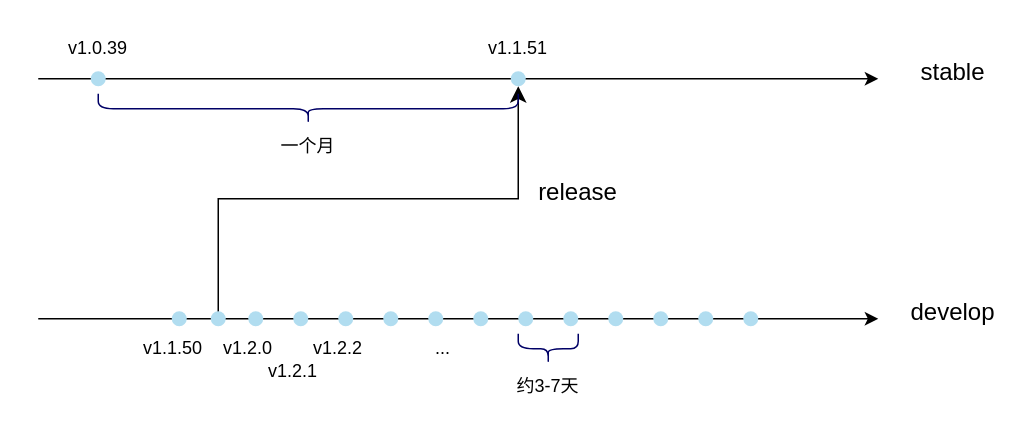
Earlier version of the draw.io diagram 发布规则.drawio (mMikaa00/For_draw_io). Source tidied: cells renumbered, new cells numbered last; positions are measured from the earlier drawing's top-left corner, leaving out a move shared by most shapes. Both pictures are drawn from the tidied source at 150%, with x=0, y=0 at pixel (38, -102).
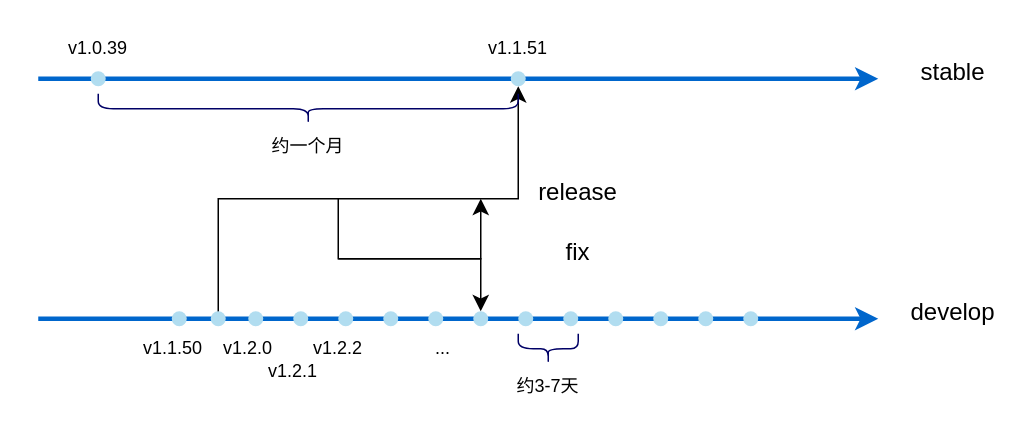
The same diagram, later.

Commit message:
更新发布规则.drawio

Unchanged cells that the change refers to:
```xml
<mxCell id="14" style="ellipse;whiteSpace=wrap;html=1;fillColor=#b1ddf0;strokeColor=none;" parent="1" vertex="1">
  <mxGeometry x="290" y="275" width="10" height="10" as="geometry" />
</mxCell>
```

What changed in the source:
```diff
@@
-    <mxCell id="3" style="endArrow=classic;html=1;rounded=0;" parent="1" edge="1">
+    <mxCell id="3" style="endArrow=classic;html=1;rounded=0;strokeWidth=3;strokeColor=#0066CC;" parent="1" edge="1">
       <mxGeometry relative="1" as="geometry">
         <mxPoint y="120" as="sourcePoint" />
         <mxPoint x="560" y="120" as="targetPoint" />
       </mxGeometry>
     </mxCell>
@@
-    <mxCell id="6" style="endArrow=classic;html=1;rounded=0;" parent="1" edge="1">
+    <mxCell id="6" style="endArrow=classic;html=1;rounded=0;strokeWidth=3;strokeColor=#0066CC;" parent="1" edge="1">
       <mxGeometry relative="1" as="geometry">
         <mxPoint y="280" as="sourcePoint" />
         <mxPoint x="560" y="280" as="targetPoint" />
       </mxGeometry>
     </mxCell>
@@
-    <mxCell id="32" value="一个月" style="text;html=1;strokeColor=none;fillColor=none;align=center;verticalAlign=middle;whiteSpace=wrap;rounded=0;" parent="1" vertex="1">
+    <mxCell id="32" value="约一个月" style="text;html=1;strokeColor=none;fillColor=none;align=center;verticalAlign=middle;whiteSpace=wrap;rounded=0;" parent="1" vertex="1">
       <mxGeometry x="150" y="150" width="60" height="30" as="geometry" />
     </mxCell>
@@
+    <mxCell id="35" style="edgeStyle=elbowEdgeStyle;elbow=vertical;endArrow=classic;html=1;curved=0;rounded=0;endSize=8;startSize=8;" parent="1" edge="1">
+      <mxGeometry relative="1" as="geometry">
+        <mxPoint x="200" y="200" as="sourcePoint" />
+        <mxPoint x="295" y="200" as="targetPoint" />
+        <Array as="points">
+          <mxPoint x="240" y="240" />
+        </Array>
+      </mxGeometry>
+    </mxCell>
+    <mxCell id="36" style="edgeStyle=elbowEdgeStyle;elbow=vertical;endArrow=classic;html=1;curved=0;rounded=0;endSize=8;startSize=8;entryX=0.5;entryY=0;entryDx=0;entryDy=0;" parent="1" edge="1" target="14">
+      <mxGeometry relative="1" as="geometry">
+        <mxPoint x="200" y="240" as="sourcePoint" />
+        <Array as="points">
+          <mxPoint x="280" y="240" />
+        </Array>
+      </mxGeometry>
+    </mxCell>
+    <mxCell id="37" value="fix" style="text;html=1;strokeColor=none;fillColor=none;align=center;verticalAlign=middle;whiteSpace=wrap;rounded=0;fontSize=16;" parent="1" vertex="1">
+      <mxGeometry x="330" y="220" width="60" height="30" as="geometry" />
+    </mxCell>
```
